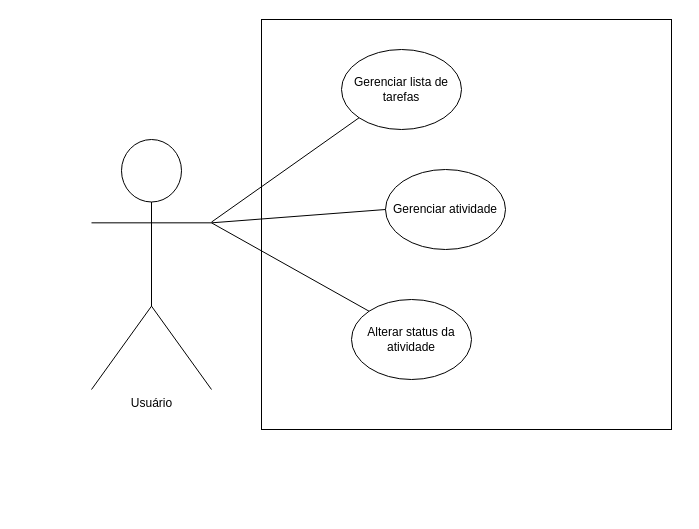
PauloRubinger/To-Do-List keeps this draw.io diagram as casos_de_uso/diagrama_casos_de_uso.drawio. Above is the earlier version. Source tidied: cells renumbered, new cells numbered last; positions are measured from the earlier drawing's top-left corner, leaving out a move shared by most shapes. Both pictures are drawn from the tidied source at 100%, with x=0, y=0 at pixel (91, 19).
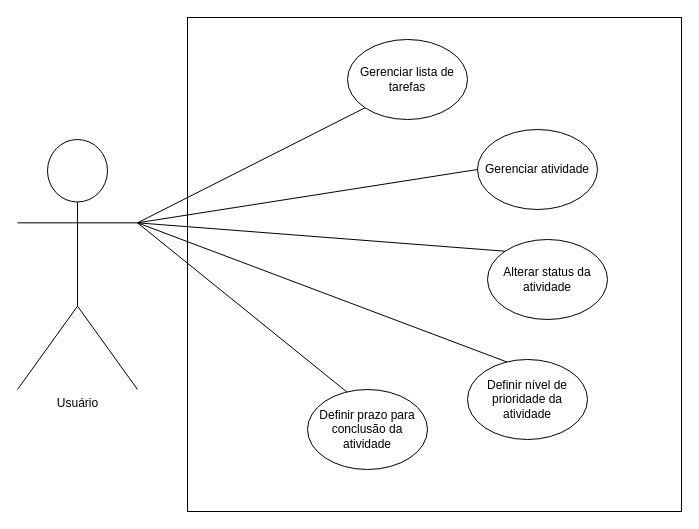
Above is the later version.

Commit message (it also covers changes not shown here):
Atualizando diagrama de casos de uso e documento de casos de uso expandido

Change to the diagram source:
```diff
@@
 <mxGraphModel>
   <root>
     <mxCell id="0" />
     <mxCell id="1" parent="0" />
     <mxCell id="2" value="Usuário" style="shape=umlActor;verticalLabelPosition=bottom;verticalAlign=top;html=1;outlineConnect=0;" parent="1" vertex="1">
-      <mxGeometry y="120" width="120" height="250" as="geometry" />
+      <mxGeometry x="-74" y="120" width="120" height="250" as="geometry" />
     </mxCell>
     <mxCell id="3" style="whiteSpace=wrap;html=1;" parent="1" vertex="1">
-      <mxGeometry x="170" width="410" height="410" as="geometry" />
+      <mxGeometry x="96" y="-2" width="494" height="494" as="geometry" />
     </mxCell>
     <mxCell id="4" value="Gerenciar lista de tarefas" style="ellipse;whiteSpace=wrap;html=1;" parent="1" vertex="1">
-      <mxGeometry x="250" y="30" width="120" height="80" as="geometry" />
+      <mxGeometry x="256" y="20" width="120" height="80" as="geometry" />
     </mxCell>
     <mxCell id="5" value="Gerenciar atividade" style="ellipse;whiteSpace=wrap;html=1;" parent="1" vertex="1">
-      <mxGeometry x="294" y="150" width="120" height="80" as="geometry" />
+      <mxGeometry x="386" y="110" width="120" height="80" as="geometry" />
     </mxCell>
     <mxCell id="6" value="Alterar status da atividade" style="ellipse;whiteSpace=wrap;html=1;" parent="1" vertex="1">
-      <mxGeometry x="260" y="280" width="120" height="80" as="geometry" />
+      <mxGeometry x="396" y="220" width="120" height="80" as="geometry" />
     </mxCell>
-    <mxCell id="7" style="endArrow=none;html=1;entryX=0;entryY=1;entryDx=0;entryDy=0;" parent="1" edge="1" source="2" target="4">
+    <mxCell id="7" style="endArrow=none;html=1;entryX=0;entryY=1;entryDx=0;entryDy=0;exitX=1;exitY=0.3333333333333333;exitDx=0;exitDy=0;exitPerimeter=0;" parent="1" edge="1" source="2" target="4">
       <mxGeometry relative="1" as="geometry" />
     </mxCell>
     <mxCell id="8" style="endArrow=none;html=1;entryX=0;entryY=0.5;entryDx=0;entryDy=0;exitX=1;exitY=0.3333333333333333;exitDx=0;exitDy=0;exitPerimeter=0;" parent="1" edge="1" source="2" target="5">
       <mxGeometry relative="1" as="geometry" />
     </mxCell>
     <mxCell id="9" style="endArrow=none;html=1;entryX=0;entryY=0;entryDx=0;entryDy=0;exitX=1;exitY=0.3333333333333333;exitDx=0;exitDy=0;exitPerimeter=0;" parent="1" edge="1" source="2" target="6">
       <mxGeometry relative="1" as="geometry" />
     </mxCell>
+    <mxCell id="10" value="Definir nível de prioridade da atividade" style="ellipse;whiteSpace=wrap;html=1;" parent="1" vertex="1">
+      <mxGeometry x="376" y="340" width="120" height="80" as="geometry" />
+    </mxCell>
+    <mxCell id="11" style="endArrow=none;html=1;exitX=1;exitY=0.3333333333333333;exitDx=0;exitDy=0;exitPerimeter=0;entryX=0.328;entryY=0.031;entryDx=0;entryDy=0;entryPerimeter=0;" parent="1" edge="1" source="2" target="10">
+      <mxGeometry relative="1" as="geometry" />
+    </mxCell>
+    <mxCell id="12" value="Definir prazo para conclusão da atividade" style="ellipse;whiteSpace=wrap;html=1;" parent="1" vertex="1">
+      <mxGeometry x="216" y="370" width="120" height="80" as="geometry" />
+    </mxCell>
+    <mxCell id="13" style="endArrow=none;html=1;exitX=1;exitY=0.3333333333333333;exitDx=0;exitDy=0;exitPerimeter=0;entryX=0.328;entryY=0.031;entryDx=0;entryDy=0;entryPerimeter=0;" parent="1" edge="1" source="2" target="12">
+      <mxGeometry relative="1" as="geometry" />
+    </mxCell>
   </root>
 </mxGraphModel>
```
